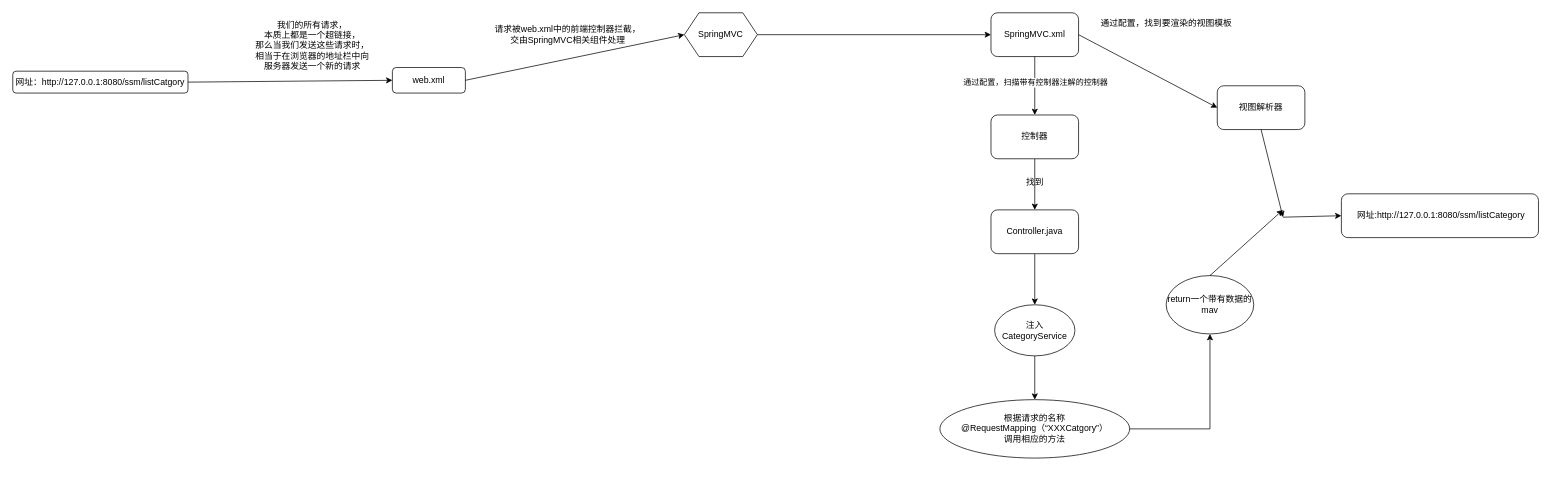
Above: Mybatis.drawio in 177-Liukuan/MyPicture (draw.io), before the change. Source tidied: cells renumbered, new cells numbered last; positions are measured from the earlier drawing's top-left corner, leaving out a move shared by most shapes. Both pictures are drawn from the tidied source at 73%, with x=0, y=0 at pixel (12, 12).
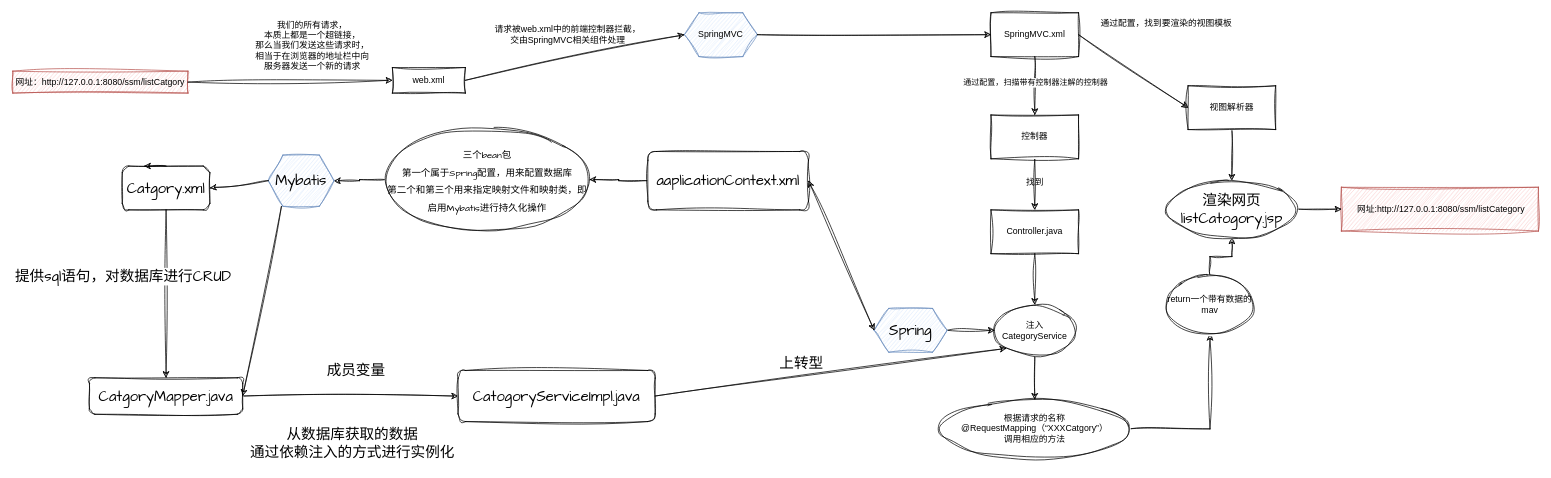
The same page after the edit.

Diff of the diagram source:
```diff
@@
-    <mxCell id="2" value="网址：http://127.0.0.1:8080/ssm/listCatgory&lt;br&gt;" style="rounded=1;whiteSpace=wrap;html=1;" parent="1" vertex="1">
+    <mxCell id="2" value="网址：http://127.0.0.1:8080/ssm/listCatgory&lt;br&gt;" style="rounded=0;whiteSpace=wrap;html=1;fillColor=#f8cecc;strokeColor=#b85450;sketch=1;curveFitting=1;jiggle=2;" parent="1" vertex="1">
       <mxGeometry y="80" width="240" height="30" as="geometry" />
     </mxCell>
-    <mxCell id="3" value="web.xml" style="rounded=1;whiteSpace=wrap;html=1;" parent="1" vertex="1">
+    <mxCell id="3" value="web.xml" style="rounded=0;whiteSpace=wrap;html=1;sketch=1;curveFitting=1;jiggle=2;" parent="1" vertex="1">
       <mxGeometry x="520" y="75" width="100" height="35" as="geometry" />
     </mxCell>
-    <mxCell id="4" style="endArrow=classic;html=1;rounded=0;entryX=0;entryY=0.5;entryDx=0;entryDy=0;exitX=1;exitY=0.5;exitDx=0;exitDy=0;" parent="1" edge="1" source="2" target="3">
+    <mxCell id="4" style="endArrow=classic;html=1;rounded=0;entryX=0;entryY=0.5;entryDx=0;entryDy=0;exitX=1;exitY=0.5;exitDx=0;exitDy=0;sketch=1;curveFitting=1;jiggle=2;" parent="1" edge="1" source="2" target="3">
       <mxGeometry relative="1" as="geometry" />
     </mxCell>
-    <mxCell id="5" value="我们的所有请求，&lt;br&gt;本质上都是一个超链接，&lt;br&gt;那么当我们发送这些请求时，&lt;br&gt;相当于在浏览器的地址栏中向&lt;br&gt;服务器发送一个新的请求" style="text;html=1;align=center;verticalAlign=middle;strokeColor=none;fillColor=none;" parent="1" vertex="1">
+    <mxCell id="5" value="我们的所有请求，&lt;br&gt;本质上都是一个超链接，&lt;br&gt;那么当我们发送这些请求时，&lt;br&gt;相当于在浏览器的地址栏中向&lt;br&gt;服务器发送一个新的请求" style="text;html=1;align=center;verticalAlign=middle;strokeColor=none;fillColor=none;rounded=0;sketch=1;curveFitting=1;jiggle=2;" parent="1" vertex="1">
       <mxGeometry x="320" width="180" height="90" as="geometry" />
     </mxCell>
-    <mxCell id="6" value="SpringMVC" style="shape=hexagon;perimeter=hexagonPerimeter2;whiteSpace=wrap;html=1;fixedSize=1;" parent="1" vertex="1">
+    <mxCell id="6" value="SpringMVC" style="shape=hexagon;perimeter=hexagonPerimeter2;whiteSpace=wrap;html=1;fixedSize=1;fillColor=#dae8fc;strokeColor=#6c8ebf;rounded=0;sketch=1;curveFitting=1;jiggle=2;" parent="1" vertex="1">
       <mxGeometry x="920" width="100" height="60" as="geometry" />
     </mxCell>
-    <mxCell id="7" style="endArrow=classic;html=1;rounded=0;exitX=1;exitY=0.5;exitDx=0;exitDy=0;entryX=0;entryY=0.5;entryDx=0;entryDy=0;" parent="1" edge="1" source="3" target="6">
+    <mxCell id="7" style="endArrow=classic;html=1;rounded=0;exitX=1;exitY=0.5;exitDx=0;exitDy=0;entryX=0;entryY=0.5;entryDx=0;entryDy=0;sketch=1;curveFitting=1;jiggle=2;" parent="1" edge="1" source="3" target="6">
       <mxGeometry relative="1" as="geometry" />
     </mxCell>
-    <mxCell id="8" value="请求被web.xml中的前端控制器拦截，&lt;br&gt;交由SpringMVC相关组件处理" style="text;html=1;align=center;verticalAlign=middle;strokeColor=none;fillColor=none;" parent="1" vertex="1">
+    <mxCell id="8" value="请求被web.xml中的前端控制器拦截，&lt;br&gt;交由SpringMVC相关组件处理" style="text;html=1;align=center;verticalAlign=middle;strokeColor=none;fillColor=none;rounded=0;sketch=1;curveFitting=1;jiggle=2;" parent="1" vertex="1">
       <mxGeometry x="650" y="10" width="220" height="40" as="geometry" />
     </mxCell>
-    <mxCell id="9" value="SpringMVC.xml" style="rounded=1;whiteSpace=wrap;html=1;" parent="1" vertex="1">
+    <mxCell id="9" value="SpringMVC.xml" style="rounded=0;whiteSpace=wrap;html=1;sketch=1;curveFitting=1;jiggle=2;" parent="1" vertex="1">
       <mxGeometry x="1340" width="120" height="60" as="geometry" />
     </mxCell>
-    <mxCell id="10" style="endArrow=classic;html=1;rounded=0;entryX=0;entryY=0.5;entryDx=0;entryDy=0;exitX=1;exitY=0.5;exitDx=0;exitDy=0;" parent="1" edge="1" source="6" target="9">
+    <mxCell id="10" style="endArrow=classic;html=1;rounded=0;entryX=0;entryY=0.5;entryDx=0;entryDy=0;exitX=1;exitY=0.5;exitDx=0;exitDy=0;sketch=1;curveFitting=1;jiggle=2;" parent="1" edge="1" source="6" target="9">
       <mxGeometry relative="1" as="geometry" />
     </mxCell>
-    <mxCell id="11" style="edgeStyle=orthogonalEdgeStyle;rounded=0;jettySize=auto;html=1;" parent="1" edge="1" source="12" target="16">
+    <mxCell id="11" style="edgeStyle=orthogonalEdgeStyle;rounded=0;jettySize=auto;html=1;sketch=1;curveFitting=1;jiggle=2;" parent="1" edge="1" source="12" target="16">
       <mxGeometry relative="1" as="geometry" />
     </mxCell>
-    <mxCell id="12" value="控制器" style="rounded=1;whiteSpace=wrap;html=1;" parent="1" vertex="1">
+    <mxCell id="12" value="控制器" style="rounded=0;whiteSpace=wrap;html=1;sketch=1;curveFitting=1;jiggle=2;" parent="1" vertex="1">
       <mxGeometry x="1340" y="140" width="120" height="60" as="geometry" />
     </mxCell>
-    <mxCell id="13" style="endArrow=classic;html=1;rounded=0;entryX=0.5;entryY=0;entryDx=0;entryDy=0;exitX=0.5;exitY=1;exitDx=0;exitDy=0;" parent="1" edge="1" source="9" target="12">
+    <mxCell id="13" style="endArrow=classic;html=1;rounded=0;entryX=0.5;entryY=0;entryDx=0;entryDy=0;exitX=0.5;exitY=1;exitDx=0;exitDy=0;sketch=1;curveFitting=1;jiggle=2;" parent="1" edge="1" source="9" target="12">
       <mxGeometry relative="1" as="geometry" />
     </mxCell>
-    <mxCell id="14" value="通过配置，扫描带有控制器注解的控制器" style="edgeLabel;html=1;align=center;verticalAlign=middle;" parent="13" vertex="1">
+    <mxCell id="14" value="通过配置，扫描带有控制器注解的控制器" style="edgeLabel;html=1;align=center;verticalAlign=middle;rounded=0;sketch=1;curveFitting=1;jiggle=2;" parent="13" vertex="1">
       <mxGeometry x="-0.39" y="-4" relative="1" as="geometry">
         <mxPoint x="4" y="11" as="offset" />
       </mxGeometry>
     </mxCell>
-    <mxCell id="15" style="edgeStyle=orthogonalEdgeStyle;rounded=0;jettySize=auto;html=1;exitX=0.5;exitY=1;exitDx=0;exitDy=0;" parent="1" edge="1" source="16" target="19">
+    <mxCell id="15" style="edgeStyle=orthogonalEdgeStyle;rounded=0;jettySize=auto;html=1;exitX=0.5;exitY=1;exitDx=0;exitDy=0;sketch=1;curveFitting=1;jiggle=2;" parent="1" edge="1" source="16" target="19">
       <mxGeometry relative="1" as="geometry" />
     </mxCell>
-    <mxCell id="16" value="Controller.java" style="rounded=1;whiteSpace=wrap;html=1;" parent="1" vertex="1">
+    <mxCell id="16" value="Controller.java" style="rounded=0;whiteSpace=wrap;html=1;sketch=1;curveFitting=1;jiggle=2;" parent="1" vertex="1">
       <mxGeometry x="1340" y="270" width="120" height="60" as="geometry" />
     </mxCell>
-    <mxCell id="17" value="找到" style="text;html=1;align=center;verticalAlign=middle;strokeColor=none;fillColor=none;" parent="1" vertex="1">
+    <mxCell id="17" value="找到" style="text;html=1;align=center;verticalAlign=middle;strokeColor=none;fillColor=none;rounded=0;sketch=1;curveFitting=1;jiggle=2;" parent="1" vertex="1">
       <mxGeometry x="1375" y="218" width="50" height="30" as="geometry" />
     </mxCell>
-    <mxCell id="18" style="edgeStyle=orthogonalEdgeStyle;rounded=0;jettySize=auto;html=1;exitX=0.5;exitY=1;exitDx=0;exitDy=0;entryX=0.5;entryY=0;entryDx=0;entryDy=0;" parent="1" edge="1" source="19" target="21">
+    <mxCell id="18" style="edgeStyle=orthogonalEdgeStyle;rounded=0;jettySize=auto;html=1;exitX=0.5;exitY=1;exitDx=0;exitDy=0;entryX=0.5;entryY=0;entryDx=0;entryDy=0;sketch=1;curveFitting=1;jiggle=2;" parent="1" edge="1" source="19" target="21">
       <mxGeometry relative="1" as="geometry" />
     </mxCell>
-    <mxCell id="19" value="注入CategoryService" style="ellipse;whiteSpace=wrap;html=1;" parent="1" vertex="1">
+    <mxCell id="19" value="注入CategoryService" style="ellipse;whiteSpace=wrap;html=1;rounded=0;sketch=1;curveFitting=1;jiggle=2;" parent="1" vertex="1">
       <mxGeometry x="1345" y="400" width="110" height="70" as="geometry" />
     </mxCell>
-    <mxCell id="20" style="edgeStyle=orthogonalEdgeStyle;rounded=0;jettySize=auto;html=1;exitX=1;exitY=0.5;exitDx=0;exitDy=0;entryX=0.5;entryY=1;entryDx=0;entryDy=0;" parent="1" edge="1" source="21" target="23">
+    <mxCell id="20" style="edgeStyle=orthogonalEdgeStyle;rounded=0;jettySize=auto;html=1;exitX=1;exitY=0.5;exitDx=0;exitDy=0;entryX=0.5;entryY=1;entryDx=0;entryDy=0;sketch=1;curveFitting=1;jiggle=2;" parent="1" edge="1" source="21" target="23">
       <mxGeometry relative="1" as="geometry" />
     </mxCell>
-    <mxCell id="21" value="根据请求的名称&lt;br&gt;@RequestMapping（“XXXCatgory”）&lt;br&gt;调用相应的方法" style="ellipse;whiteSpace=wrap;html=1;" parent="1" vertex="1">
+    <mxCell id="21" value="根据请求的名称&lt;br&gt;@RequestMapping（“XXXCatgory”）&lt;br&gt;调用相应的方法" style="ellipse;whiteSpace=wrap;html=1;rounded=0;sketch=1;curveFitting=1;jiggle=2;" parent="1" vertex="1">
       <mxGeometry x="1270" y="530" width="260" height="80" as="geometry" />
     </mxCell>
-    <mxCell id="22" value="&amp;nbsp;网址:http://127.0.0.1:8080/ssm/listCategory" style="rounded=1;whiteSpace=wrap;html=1;" parent="1" vertex="1">
-      <mxGeometry x="1820" y="248" width="270" height="60" as="geometry" />
+    <mxCell id="22" value="&amp;nbsp;网址:http://127.0.0.1:8080/ssm/listCategory" style="rounded=0;whiteSpace=wrap;html=1;fillColor=#f8cecc;strokeColor=#b85450;sketch=1;curveFitting=1;jiggle=2;" parent="1" vertex="1">
+      <mxGeometry x="1820" y="239" width="270" height="60" as="geometry" />
     </mxCell>
+    <mxCell id="30" style="edgeStyle=orthogonalEdgeStyle;rounded=0;sketch=1;hachureGap=4;jiggle=2;curveFitting=1;jettySize=auto;html=1;fontFamily=Architects Daughter;fontSize=16;" parent="1" edge="1" source="23" target="33">
+      <mxGeometry relative="1" as="geometry" />
+    </mxCell>
-    <mxCell id="23" value="return一个带有数据的mav" style="ellipse;whiteSpace=wrap;html=1;" parent="1" vertex="1">
+    <mxCell id="23" value="return一个带有数据的mav" style="ellipse;whiteSpace=wrap;html=1;rounded=0;sketch=1;curveFitting=1;jiggle=2;" parent="1" vertex="1">
       <mxGeometry x="1580" y="360" width="120" height="80" as="geometry" />
     </mxCell>
+    <mxCell id="31" style="edgeStyle=orthogonalEdgeStyle;rounded=0;sketch=1;hachureGap=4;jiggle=2;curveFitting=1;jettySize=auto;html=1;fontFamily=Architects Daughter;fontSize=16;" parent="1" edge="1" source="24" target="33">
+      <mxGeometry relative="1" as="geometry" />
+    </mxCell>
-    <mxCell id="24" value="视图解析器" style="rounded=1;whiteSpace=wrap;html=1;" parent="1" vertex="1">
-      <mxGeometry x="1650" y="100" width="120" height="60" as="geometry" />
+    <mxCell id="24" value="视图解析器" style="rounded=0;whiteSpace=wrap;html=1;sketch=1;curveFitting=1;jiggle=2;" parent="1" vertex="1">
+      <mxGeometry x="1610" y="100" width="120" height="60" as="geometry" />
     </mxCell>
-    <mxCell id="25" style="endArrow=classic;html=1;rounded=0;exitX=1;exitY=0.5;exitDx=0;exitDy=0;entryX=0;entryY=0.5;entryDx=0;entryDy=0;" parent="1" edge="1" source="9" target="24">
+    <mxCell id="25" style="endArrow=classic;html=1;rounded=0;exitX=1;exitY=0.5;exitDx=0;exitDy=0;entryX=0;entryY=0.5;entryDx=0;entryDy=0;sketch=1;curveFitting=1;jiggle=2;" parent="1" edge="1" source="9" target="24">
       <mxGeometry relative="1" as="geometry" />
     </mxCell>
-    <mxCell id="26" value="通过配置，找到要渲染的视图模板" style="text;html=1;align=center;verticalAlign=middle;strokeColor=none;fillColor=none;" parent="1" vertex="1">
+    <mxCell id="26" value="通过配置，找到要渲染的视图模板" style="text;html=1;align=center;verticalAlign=middle;strokeColor=none;fillColor=none;rounded=0;sketch=1;curveFitting=1;jiggle=2;" parent="1" vertex="1">
       <mxGeometry x="1480" width="200" height="30" as="geometry" />
     </mxCell>
-    <mxCell id="27" style="endArrow=classic;html=1;rounded=0;exitX=0.5;exitY=1;exitDx=0;exitDy=0;" parent="1" edge="1" source="24">
-      <mxGeometry relative="1" as="geometry">
-        <mxPoint x="1740" y="280" as="targetPoint" />
-      </mxGeometry>
-    </mxCell>
-    <mxCell id="28" style="endArrow=classic;html=1;rounded=0;entryX=0;entryY=0.5;entryDx=0;entryDy=0;" parent="1" edge="1" target="22">
-      <mxGeometry relative="1" as="geometry">
-        <mxPoint x="1740" y="280" as="sourcePoint" />
-      </mxGeometry>
-    </mxCell>
-    <mxCell id="29" style="endArrow=classic;html=1;rounded=0;exitX=0.5;exitY=0;exitDx=0;exitDy=0;" parent="1" edge="1" source="23">
-      <mxGeometry relative="1" as="geometry">
-        <mxPoint x="1740" y="270" as="targetPoint" />
-      </mxGeometry>
-    </mxCell>
+    <mxCell id="32" style="edgeStyle=orthogonalEdgeStyle;rounded=0;sketch=1;hachureGap=4;jiggle=2;curveFitting=1;jettySize=auto;html=1;fontFamily=Architects Daughter;fontSize=16;" parent="1" edge="1" source="33" target="22">
+      <mxGeometry relative="1" as="geometry" />
+    </mxCell>
+    <mxCell id="33" value="渲染网页listCatogory.jsp" style="ellipse;whiteSpace=wrap;html=1;sketch=1;hachureGap=4;jiggle=2;curveFitting=1;fontFamily=Architects Daughter;fontSize=20;" parent="1" vertex="1">
+      <mxGeometry x="1580" y="230" width="180" height="78" as="geometry" />
+    </mxCell>
+    <mxCell id="34" style="edgeStyle=orthogonalEdgeStyle;rounded=0;sketch=1;hachureGap=4;jiggle=2;curveFitting=1;jettySize=auto;html=1;fontFamily=Architects Daughter;fontSize=16;" parent="1" edge="1" source="35" target="19">
+      <mxGeometry relative="1" as="geometry" />
+    </mxCell>
+    <mxCell id="35" value="Spring" style="shape=hexagon;perimeter=hexagonPerimeter2;whiteSpace=wrap;html=1;fixedSize=1;sketch=1;hachureGap=4;jiggle=2;curveFitting=1;fontFamily=Architects Daughter;fontSize=20;fillColor=#dae8fc;strokeColor=#6c8ebf;" parent="1" vertex="1">
+      <mxGeometry x="1180" y="405" width="100" height="60" as="geometry" />
+    </mxCell>
+    <mxCell id="36" style="edgeStyle=orthogonalEdgeStyle;rounded=0;sketch=1;hachureGap=4;jiggle=2;curveFitting=1;jettySize=auto;html=1;fontFamily=Architects Daughter;fontSize=16;" parent="1" edge="1" source="37" target="46">
+      <mxGeometry relative="1" as="geometry" />
+    </mxCell>
+    <mxCell id="37" value="aaplicationContext.xml" style="rounded=1;whiteSpace=wrap;html=1;sketch=1;hachureGap=4;jiggle=2;curveFitting=1;fontFamily=Architects Daughter;fontSize=20;" parent="1" vertex="1">
+      <mxGeometry x="870" y="190" width="220" height="80" as="geometry" />
+    </mxCell>
+    <mxCell id="38" style="endArrow=classic;startArrow=classic;html=1;rounded=0;sketch=1;hachureGap=4;jiggle=2;curveFitting=1;fontFamily=Architects Daughter;fontSize=16;exitX=1;exitY=0.5;exitDx=0;exitDy=0;entryX=0;entryY=0.5;entryDx=0;entryDy=0;" parent="1" edge="1" source="37" target="35">
+      <mxGeometry relative="1" as="geometry" />
+    </mxCell>
+    <mxCell id="39" style="edgeStyle=orthogonalEdgeStyle;rounded=0;sketch=1;hachureGap=4;jiggle=2;curveFitting=1;jettySize=auto;html=1;fontFamily=Architects Daughter;fontSize=16;" parent="1" edge="1" source="40" target="43">
+      <mxGeometry relative="1" as="geometry" />
+    </mxCell>
+    <mxCell id="40" value="CatgoryMapper.java" style="rounded=1;whiteSpace=wrap;html=1;sketch=1;hachureGap=4;jiggle=2;curveFitting=1;fontFamily=Architects Daughter;fontSize=20;" parent="1" vertex="1">
+      <mxGeometry x="105" y="500" width="210" height="50" as="geometry" />
+    </mxCell>
+    <mxCell id="41" value="Catgory.xml" style="rounded=1;whiteSpace=wrap;html=1;sketch=1;hachureGap=4;jiggle=2;curveFitting=1;fontFamily=Architects Daughter;fontSize=20;" parent="1" vertex="1">
+      <mxGeometry x="150" y="210" width="120" height="60" as="geometry" />
+    </mxCell>
+    <mxCell id="42" style="edgeStyle=orthogonalEdgeStyle;rounded=0;sketch=1;hachureGap=4;jiggle=2;curveFitting=1;orthogonalLoop=1;jettySize=auto;html=1;exitX=0.5;exitY=0;exitDx=0;exitDy=0;entryX=0.25;entryY=0;entryDx=0;entryDy=0;fontFamily=Architects Daughter;fontSize=16;" parent="1" edge="1" source="41" target="41">
+      <mxGeometry relative="1" as="geometry" />
+    </mxCell>
+    <mxCell id="43" value="CatogoryServiceImpl.java" style="rounded=1;whiteSpace=wrap;html=1;sketch=1;hachureGap=4;jiggle=2;curveFitting=1;fontFamily=Architects Daughter;fontSize=20;" parent="1" vertex="1">
+      <mxGeometry x="610" y="490" width="270" height="70" as="geometry" />
+    </mxCell>
+    <mxCell id="44" style="endArrow=classic;html=1;rounded=0;sketch=1;hachureGap=4;jiggle=2;curveFitting=1;fontFamily=Architects Daughter;fontSize=16;exitX=1;exitY=0.5;exitDx=0;exitDy=0;entryX=0;entryY=1;entryDx=0;entryDy=0;" parent="1" edge="1" source="43" target="19">
+      <mxGeometry relative="1" as="geometry" />
+    </mxCell>
+    <mxCell id="45" style="edgeStyle=orthogonalEdgeStyle;rounded=0;sketch=1;hachureGap=4;jiggle=2;curveFitting=1;jettySize=auto;html=1;fontFamily=Architects Daughter;fontSize=16;" parent="1" edge="1" source="46" target="47">
+      <mxGeometry relative="1" as="geometry" />
+    </mxCell>
+    <mxCell id="46" value="&lt;font style=&quot;font-size: 13px;&quot;&gt;三个bean包&lt;br&gt;第一个属于Spring配置，用来配置数据库&lt;br&gt;第二个和第三个用来指定映射文件和映射类，即启用Mybatis进行持久化操作&lt;/font&gt;" style="ellipse;whiteSpace=wrap;html=1;sketch=1;hachureGap=4;jiggle=2;curveFitting=1;fontFamily=Architects Daughter;fontSize=20;" parent="1" vertex="1">
+      <mxGeometry x="510" y="158" width="280" height="141" as="geometry" />
+    </mxCell>
+    <mxCell id="47" value="Mybatis" style="shape=hexagon;perimeter=hexagonPerimeter2;whiteSpace=wrap;html=1;fixedSize=1;sketch=1;hachureGap=4;jiggle=2;curveFitting=1;fontFamily=Architects Daughter;fontSize=20;size=20;fillColor=#dae8fc;strokeColor=#6c8ebf;" parent="1" vertex="1">
+      <mxGeometry x="350" y="195" width="90" height="70" as="geometry" />
+    </mxCell>
+    <mxCell id="48" style="endArrow=classic;html=1;rounded=0;sketch=1;hachureGap=4;jiggle=2;curveFitting=1;fontFamily=Architects Daughter;fontSize=16;entryX=1;entryY=0.5;entryDx=0;entryDy=0;exitX=0;exitY=0.5;exitDx=0;exitDy=0;" parent="1" edge="1" source="47" target="41">
+      <mxGeometry relative="1" as="geometry" />
+    </mxCell>
+    <mxCell id="49" style="endArrow=classic;html=1;rounded=0;sketch=1;hachureGap=4;jiggle=2;curveFitting=1;fontFamily=Architects Daughter;fontSize=16;entryX=1;entryY=0.5;entryDx=0;entryDy=0;exitX=0.2;exitY=1.005;exitDx=0;exitDy=0;exitPerimeter=0;" parent="1" edge="1" source="47" target="40">
+      <mxGeometry relative="1" as="geometry" />
+    </mxCell>
+    <mxCell id="50" style="endArrow=classic;html=1;rounded=0;sketch=1;hachureGap=4;jiggle=2;curveFitting=1;fontFamily=Architects Daughter;fontSize=16;entryX=0.5;entryY=0;entryDx=0;entryDy=0;exitX=0.5;exitY=1;exitDx=0;exitDy=0;" parent="1" edge="1" source="41" target="40">
+      <mxGeometry relative="1" as="geometry" />
+    </mxCell>
+    <mxCell id="51" value="提供sql语句，对数据库进行CRUD" style="edgeLabel;html=1;align=center;verticalAlign=middle;fontSize=20;fontFamily=Architects Daughter;" parent="50" vertex="1">
+      <mxGeometry x="-0.22" y="-4" relative="1" as="geometry">
+        <mxPoint x="-56" as="offset" />
+      </mxGeometry>
+    </mxCell>
+    <mxCell id="52" value="成员变量" style="text;html=1;align=center;verticalAlign=middle;strokeColor=none;fillColor=none;fontSize=20;fontFamily=Architects Daughter;" parent="1" vertex="1">
+      <mxGeometry x="420" y="470" width="100" height="40" as="geometry" />
+    </mxCell>
+    <mxCell id="53" value="从数据库获取的数据&lt;br&gt;通过依赖注入的方式进行实例化" style="text;html=1;align=center;verticalAlign=middle;strokeColor=none;fillColor=none;fontSize=20;fontFamily=Architects Daughter;" parent="1" vertex="1">
+      <mxGeometry x="315" y="560" width="300" height="60" as="geometry" />
+    </mxCell>
+    <mxCell id="54" value="上转型" style="text;html=1;align=center;verticalAlign=middle;strokeColor=none;fillColor=none;fontSize=20;fontFamily=Architects Daughter;" parent="1" vertex="1">
+      <mxGeometry x="1040" y="460" width="80" height="40" as="geometry" />
+    </mxCell>
```
